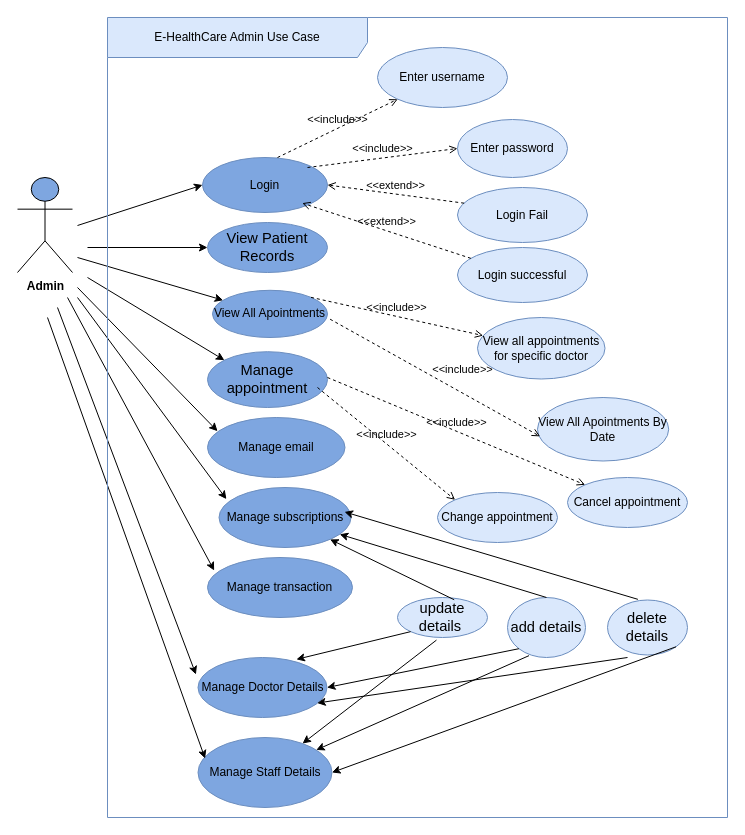
Earlier version of the draw.io diagram Ramu/UpdatedDiagrams/AdminUsecaseDiagram.drawio (nishacado/E-Healthcare). Source tidied: cells renumbered, new cells numbered last; positions are measured from the earlier drawing's top-left corner, leaving out a move shared by most shapes. Both pictures are drawn from the tidied source at 100%, with x=0, y=0 at pixel (17, 17).
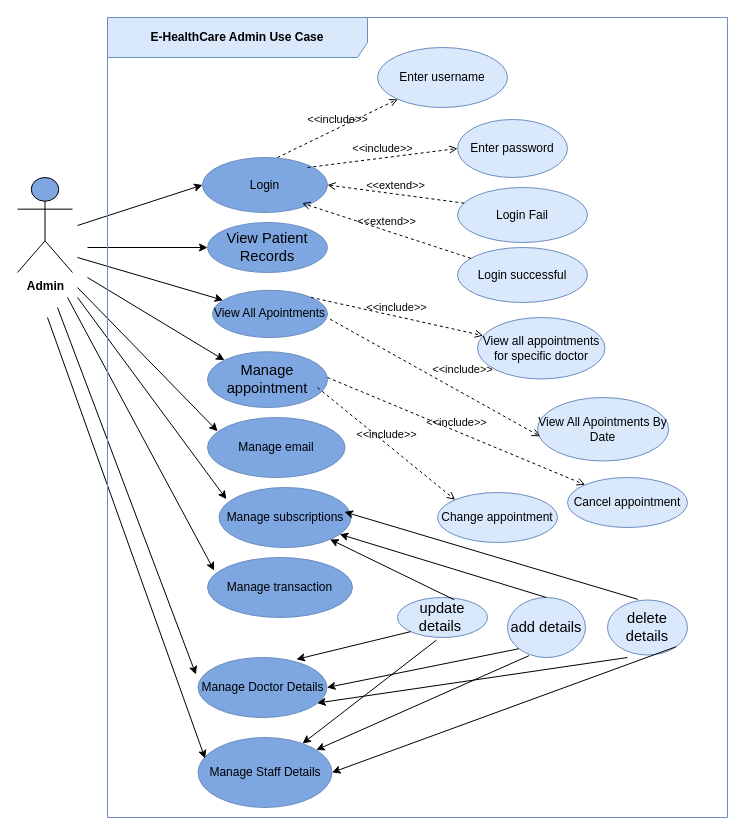
After the change.

Diff of the diagram source:
```diff
@@
-    <mxCell id="41" value="E-HealthCare Admin Use Case" style="shape=umlFrame;whiteSpace=wrap;html=1;fillColor=#dae8fc;width=260;height=40;strokeColor=#6c8ebf;" parent="1" vertex="1">
+    <mxCell id="41" value="&lt;b&gt;E-HealthCare Admin Use Case&lt;/b&gt;" style="shape=umlFrame;whiteSpace=wrap;html=1;fillColor=#dae8fc;width=260;height=40;strokeColor=#6c8ebf;" parent="1" vertex="1">
       <mxGeometry x="90" width="620" height="800" as="geometry" />
     </mxCell>
```
